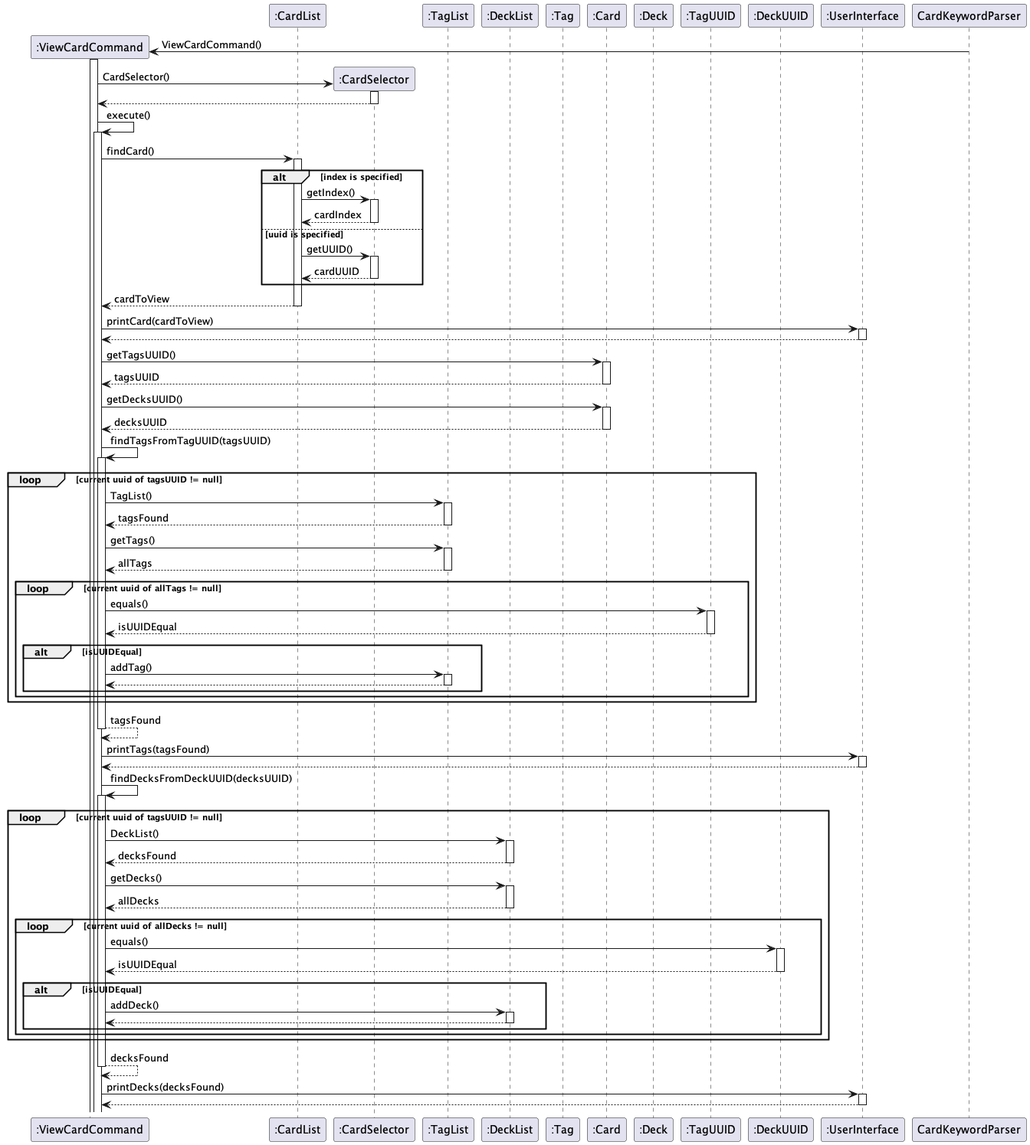
Above: docs/img/CardViewSequence.png in nus-cs2113-AY2223S2/tp (PlantUML), before the change.
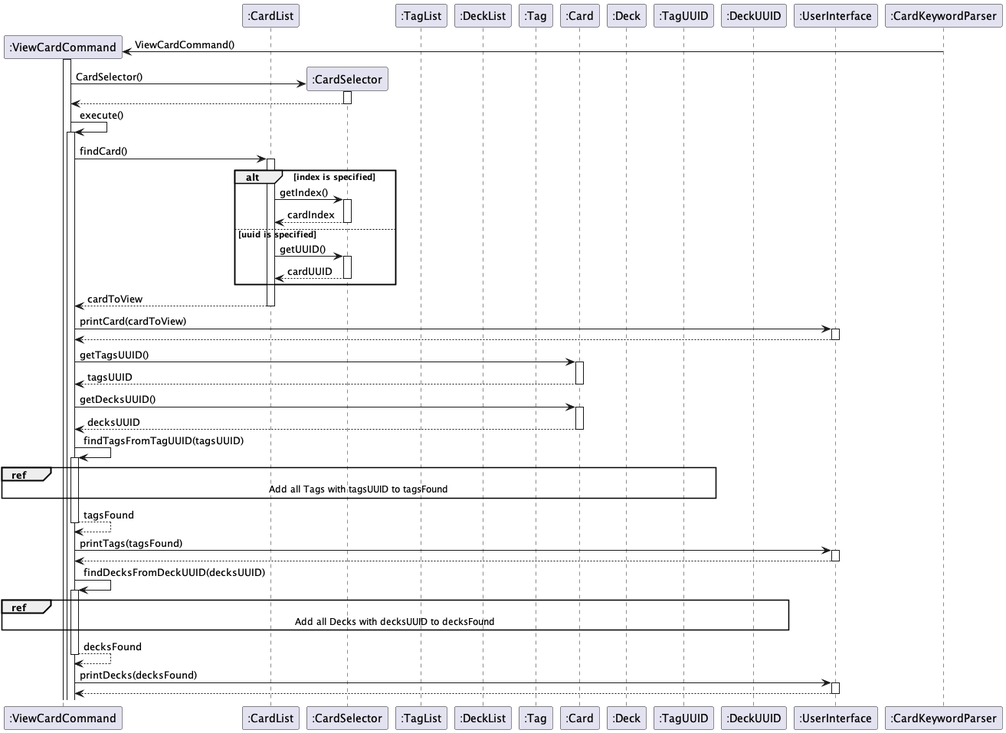
The same file after the commit.

The edit, as a diff of the source:
```diff
@@ -13,6 +13,7 @@
 participant ":TagUUID" as TagUUID
 participant ":DeckUUID" as DeckUUID
 participant ":UserInterface" as UserInterface
+participant ":CardKeywordParser" as CardKeywordParser
 
 
 Create ViewCardCommand
@@ -46,21 +47,10 @@
 
 ViewCardCommand -> ViewCardCommand : findTagsFromTagUUID(tagsUUID)
 
-loop current uuid of tagsUUID != null
+ref over ViewCardCommand, TagList, TagUUID
+Add all Tags with tagsUUID to tagsFound
+end ref
 
-  ViewCardCommand -> TagList : TagList()
-  return tagsFound
-  ViewCardCommand -> TagList : getTags()
-  return allTags
-  loop current uuid of allTags != null
-      ViewCardCommand -> TagUUID : equals()
-      return isUUIDEqual
-      alt isUUIDEqual
-       ViewCardCommand -> TagList : addTag()
-       return
-      end
-  end loop
-end loop
 return tagsFound
 
 ViewCardCommand -> UserInterface : printTags(tagsFound)
@@ -69,21 +59,10 @@
 
 ViewCardCommand -> ViewCardCommand : findDecksFromDeckUUID(decksUUID)
 
-loop current uuid of tagsUUID != null
+ref over ViewCardCommand, DeckUUID, DeckList
+Add all Decks with decksUUID to decksFound
+end ref
 
-  ViewCardCommand -> DeckList : DeckList()
-  return decksFound
-  ViewCardCommand -> DeckList : getDecks()
-  return allDecks
-  loop current uuid of allDecks != null
-      ViewCardCommand -> DeckUUID : equals()
-      return isUUIDEqual
-      alt isUUIDEqual
-       ViewCardCommand -> DeckList : addDeck()
-       return
-      end
-  end loop
-end loop
 return decksFound
 
 ViewCardCommand -> UserInterface : printDecks(decksFound)
```
